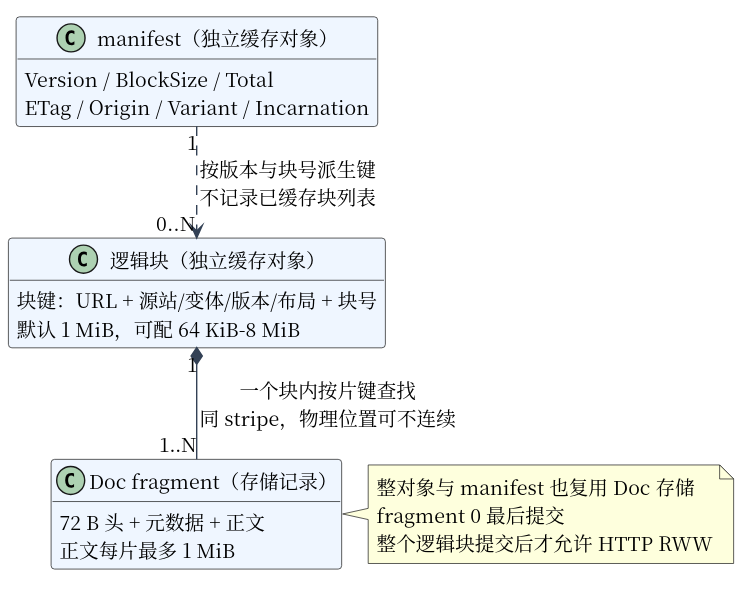
Before: docs/diagrams/cache_objects.svg, a diagram exported from PlantUML (Monsterwi/bakemono). Its source is kept beside it as docs/diagrams/cache_objects.puml.
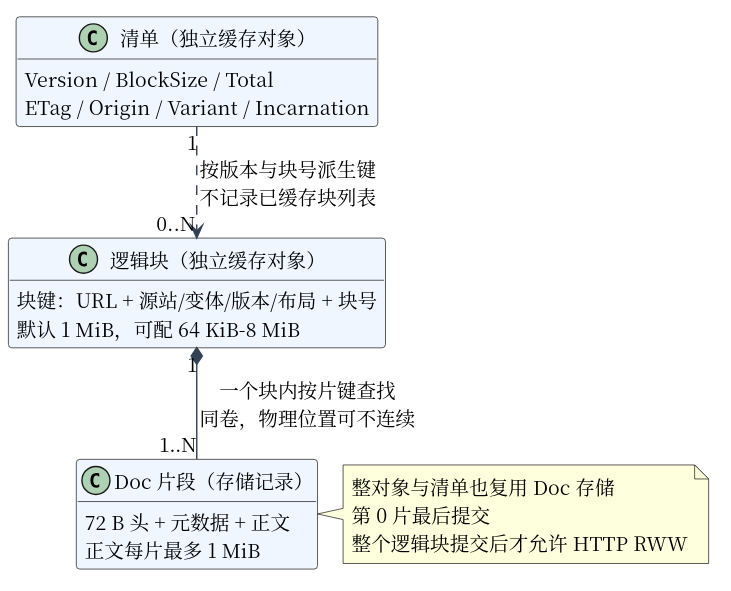
After the change.

Commit message:
docs: unify cache design in Chinese

Change to the diagram source:
```diff
@@ -8,7 +8,7 @@
 skinparam classBackgroundColor #EFF6FF
 top to bottom direction
 hide methods
-class "manifest（独立缓存对象）" as M {
+class "清单（独立缓存对象）" as M {
   Version / BlockSize / Total
   ETag / Origin / Variant / Incarnation
 }
@@ -16,15 +16,15 @@
   块键：URL + 源站/变体/版本/布局 + 块号
   默认 1 MiB，可配 64 KiB–8 MiB
 }
-class "Doc fragment（存储记录）" as F {
+class "Doc 片段（存储记录）" as F {
   72 B 头 + 元数据 + 正文
   正文每片最多 1 MiB
 }
 M "1" ..> "0..N" B : 按版本与块号派生键\n不记录已缓存块列表
-B "1" *-- "1..N" F : 一个块内按片键查找\n同 stripe，物理位置可不连续
+B "1" *-- "1..N" F : 一个块内按片键查找\n同卷，物理位置可不连续
 note right of F
-  整对象与 manifest 也复用 Doc 存储
-  fragment 0 最后提交
+  整对象与清单也复用 Doc 存储
+  第 0 片最后提交
   整个逻辑块提交后才允许 HTTP RWW
 end note
 @enduml
```
